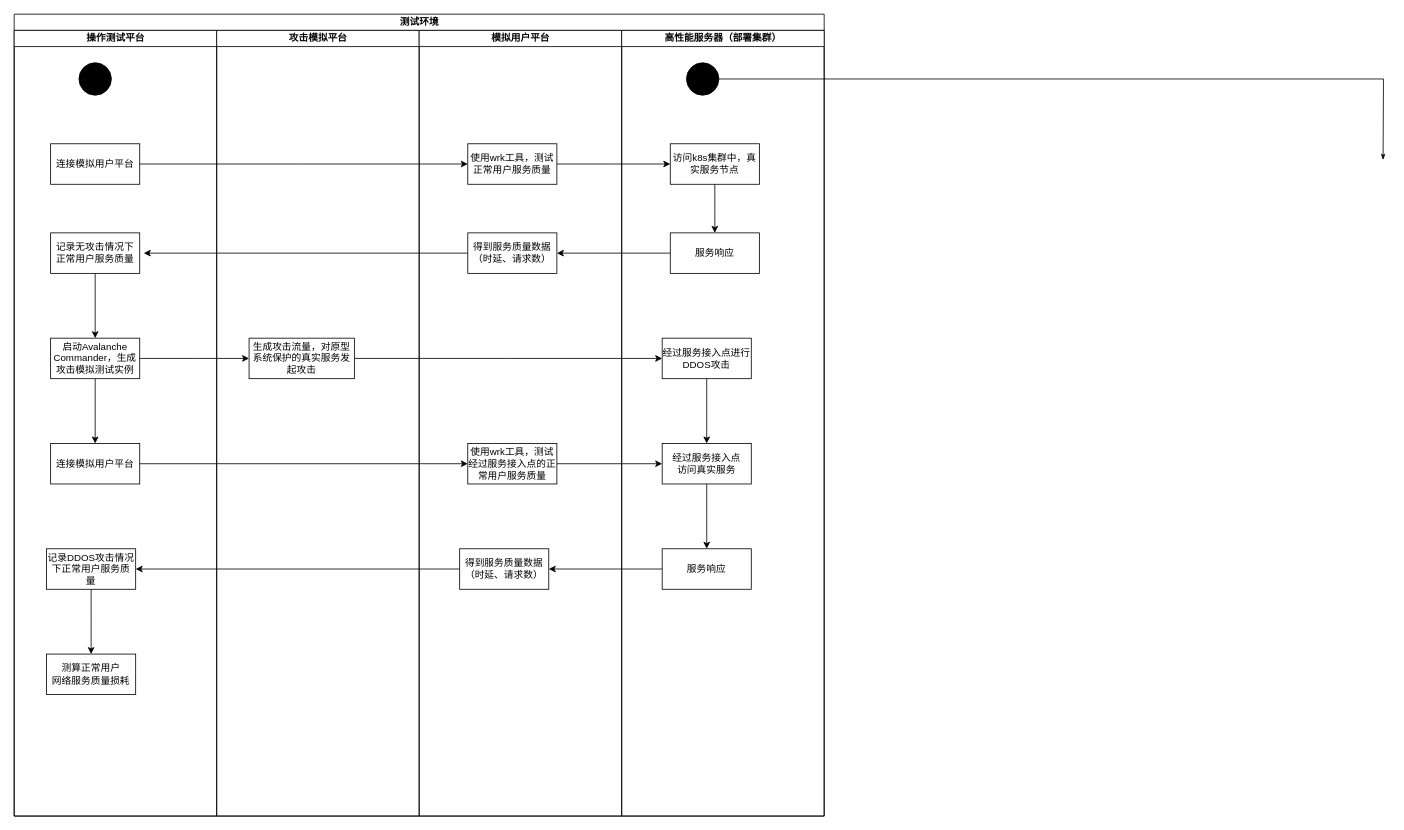
The draw.io diagram datames.drawio in Norton-Lin/Picture, before the edit. Source tidied: cells renumbered, new cells numbered last; positions are measured from the earlier drawing's top-left corner, leaving out a move shared by most shapes. Both pictures are drawn from the tidied source at 81%, with x=0, y=0 at pixel (14, 14).
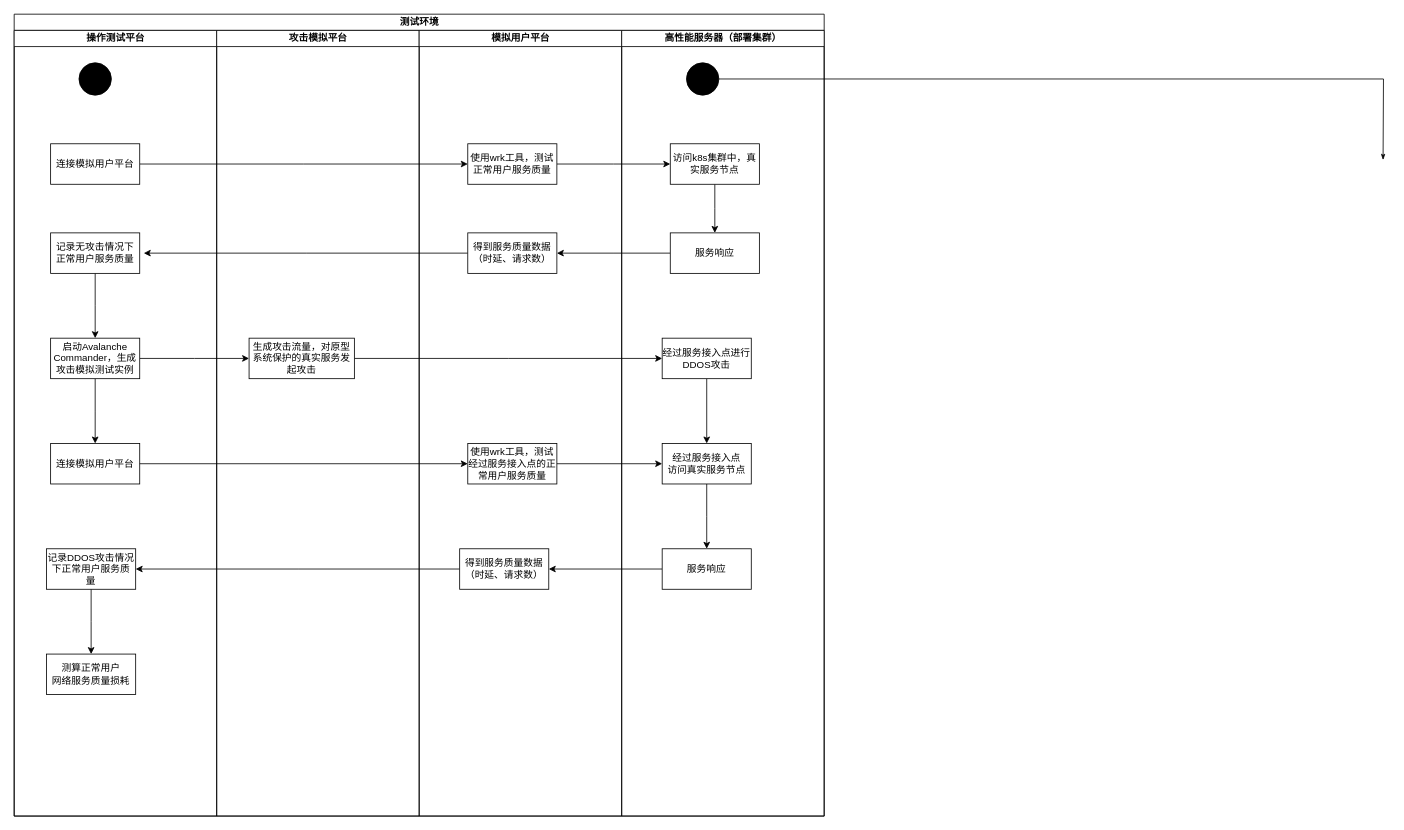
The same page after the edit.

Unchanged cells that the change refers to:
```xml
<mxCell id="28" value="高性能服务器（部署集群）" style="swimlane;html=1;startSize=20;" parent="2" vertex="1">
  <mxGeometry x="750" y="20" width="250" height="970" as="geometry" />
</mxCell>
```

The edit, as a diff of the source:
```diff
@@
-    <mxCell id="37" value="经过服务接入点&lt;div&gt;访问真实服务&lt;/div&gt;" style="html=1;whiteSpace=wrap;" parent="28" vertex="1">
+    <mxCell id="37" value="经过服务接入点&lt;div&gt;访问真实服务节点&lt;/div&gt;" style="html=1;whiteSpace=wrap;" parent="28" vertex="1">
       <mxGeometry x="50" y="510" width="110" height="50" as="geometry" />
     </mxCell>
```
